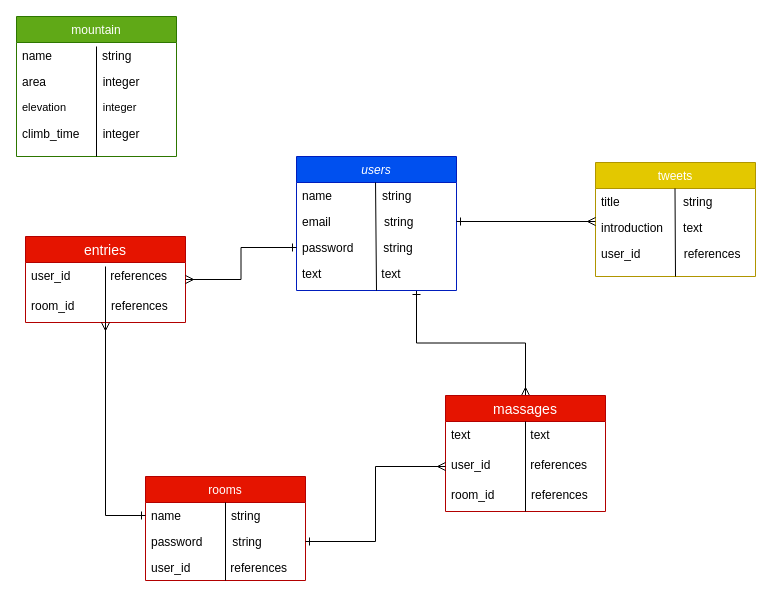
This is MT.BEGINNER.drawio from HAYASHI0884/mt.beginner, a draw.io file, before an edit. Source tidied: cells renumbered, new cells numbered last; positions are measured from the earlier drawing's top-left corner, leaving out a move shared by most shapes. Both pictures are drawn from the tidied source at 100%, with x=0, y=0 at pixel (16, 16).
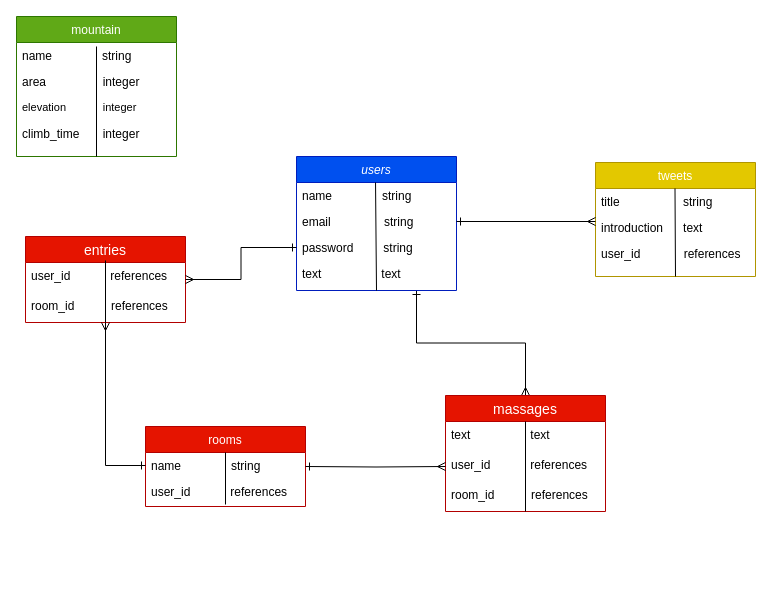
Above is the later version.

The change refers to these unchanged cells:
```xml
<mxCell id="27" value="user_id            references" style="text;strokeColor=none;fillColor=none;spacingLeft=4;spacingRight=4;overflow=hidden;points=[[0,0.5],[1,0.5]];portConstraint=eastwest;fontSize=12;" parent="25" vertex="1">
  <mxGeometry y="56" width="160" height="30" as="geometry" />
</mxCell>
<mxCell id="31" value="entries" style="swimlane;fontStyle=0;horizontal=1;startSize=26;align=center;fontSize=14;fillColor=#e51400;strokeColor=#B20000;fontColor=#ffffff;" parent="1" vertex="1">
  <mxGeometry x="9" y="220" width="160" height="86" as="geometry" />
</mxCell>
<mxCell id="32" value="user_id            references" style="text;strokeColor=none;fillColor=none;spacingLeft=4;spacingRight=4;overflow=hidden;points=[[0,0.5],[1,0.5]];portConstraint=eastwest;fontSize=12;" parent="31" vertex="1">
  <mxGeometry y="26" width="160" height="30" as="geometry" />
</mxCell>
<mxCell id="34" value="room_id           references" style="text;strokeColor=none;fillColor=none;spacingLeft=4;spacingRight=4;overflow=hidden;points=[[0,0.5],[1,0.5]];portConstraint=eastwest;fontSize=12;" parent="31" vertex="1">
  <mxGeometry y="56" width="160" height="30" as="geometry" />
</mxCell>
```

What changed in the source:
```diff
@@
     <mxCell id="9" value="rooms" style="swimlane;fontStyle=0;align=center;verticalAlign=top;horizontal=1;startSize=26;rounded=0;shadow=0;strokeWidth=1;fillColor=#e51400;strokeColor=#B20000;fontColor=#ffffff;" parent="1" vertex="1">
-      <mxGeometry x="129" y="460" width="160" height="104" as="geometry" />
+      <mxGeometry x="129" y="410" width="160" height="80" as="geometry" />
     </mxCell>
@@
-    <mxCell id="12" value="password         string" style="text;align=left;verticalAlign=top;spacingLeft=4;spacingRight=4;overflow=hidden;points=[[0,0.5],[1,0.5]];portConstraint=eastwest;fontStyle=0;" parent="9" vertex="1">
-      <mxGeometry y="52" width="160" height="26" as="geometry" />
-    </mxCell>
     <mxCell id="13" value="user_id            references" style="text;align=left;verticalAlign=top;spacingLeft=4;spacingRight=4;overflow=hidden;points=[[0,0.5],[1,0.5]];portConstraint=eastwest;" parent="9" vertex="1">
-      <mxGeometry y="78" width="160" height="26" as="geometry" />
+      <mxGeometry y="52" width="160" height="26" as="geometry" />
     </mxCell>
@@
-    <mxCell id="30" style="edgeStyle=orthogonalEdgeStyle;rounded=0;jettySize=auto;html=1;exitX=1;exitY=0.5;exitDx=0;exitDy=0;entryX=0;entryY=0.5;entryDx=0;entryDy=0;endArrow=ERmany;endFill=0;fontSize=11;startArrow=ERone;startFill=0;" parent="1" edge="1" source="12" target="27">
-      <mxGeometry relative="1" as="geometry" />
+    <mxCell id="30" style="edgeStyle=orthogonalEdgeStyle;rounded=0;jettySize=auto;html=1;entryX=0;entryY=0.5;entryDx=0;entryDy=0;endArrow=ERmany;endFill=0;fontSize=11;startArrow=ERone;startFill=0;" parent="1" edge="1" target="27">
+      <mxGeometry relative="1" as="geometry">
+        <mxPoint x="289" y="450" as="sourcePoint" />
+      </mxGeometry>
     </mxCell>
@@
-    <mxCell id="33" style="endArrow=none;html=1;fontSize=11;exitX=0.5;exitY=1;exitDx=0;exitDy=0;exitPerimeter=0;entryX=0.5;entryY=0.133;entryDx=0;entryDy=0;entryPerimeter=0;" parent="31" edge="1" source="34" target="32">
+    <mxCell id="33" style="endArrow=none;html=1;fontSize=11;exitX=0.5;exitY=1;exitDx=0;exitDy=0;exitPerimeter=0;entryX=0.5;entryY=0.279;entryDx=0;entryDy=0;entryPerimeter=0;" parent="31" edge="1" source="34" target="31">
       <mxGeometry relative="1" as="geometry" />
     </mxCell>
```
